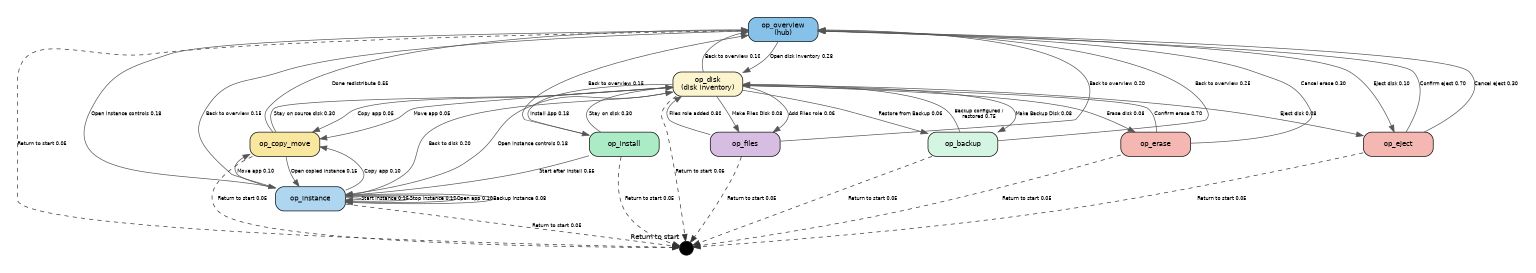
koenswings/agent-engine-dev keeps this Graphviz diagram as proposals/duration-tests-operator-disk.png. Above is the earlier version. Its source is kept beside it as proposals/duration-tests-operator-disk.dot.
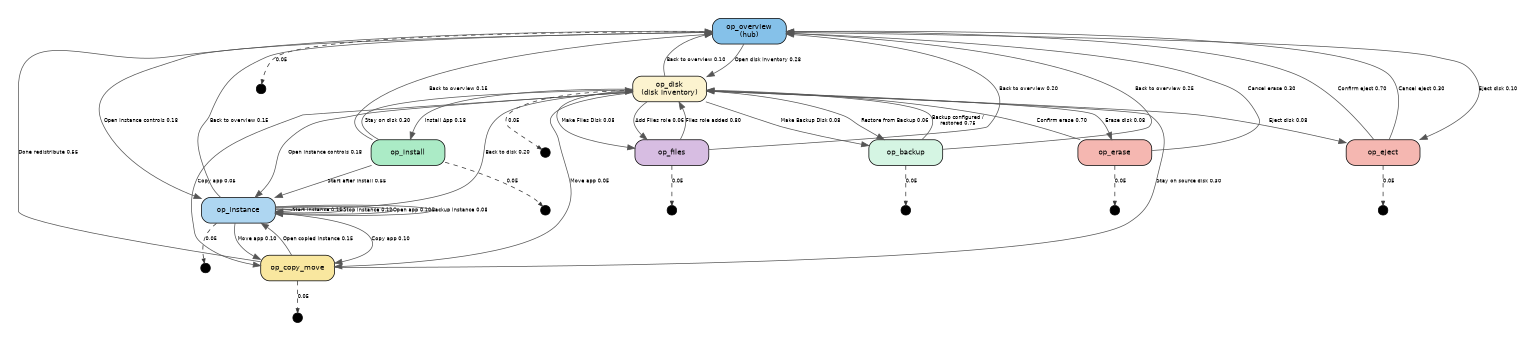
After the commit.

The edit, as a diff of the source:
```diff
@@ -9,10 +9,7 @@
   splines=true;
   node [shape=box, style="rounded,filled", fontname="Helvetica", fontsize=10, width=1.40, height=0.48, margin="0.08,0.06"];
   edge [fontname="Helvetica", fontsize=7, color="#555555"];
-
-  start_return [label="", shape=circle, width=0.28, height=0.28, fixedsize=true, fillcolor="black", style=filled, color="black", xlabel="Return to start"];
-
-  op_overview [label="op_overview\n(hub)", fillcolor="#85C1E9"];
+op_overview [label="op_overview\n(hub)", fillcolor="#85C1E9"];
   op_disk    [label="op_disk\n(disk inventory)", fillcolor="#FCF3CF"];
   op_install [label="op_install", fillcolor="#ABEBC6"];
   op_files   [label="op_files", fillcolor="#D7BDE2"];
@@ -67,13 +64,22 @@
   op_copy_move -> op_disk     [label="Stay on source disk 0.30"];
   op_copy_move -> op_instance [label="Open copied instance 0.15"];
 
-  op_overview -> start_return [label="Return to start 0.05", style=dashed, color="#333333"];
-  op_disk -> start_return [label="Return to start 0.05", style=dashed, color="#333333"];
-  op_eject -> start_return [label="Return to start 0.05", style=dashed, color="#333333"];
-  op_instance -> start_return [label="Return to start 0.05", style=dashed, color="#333333"];
-  op_install -> start_return [label="Return to start 0.05", style=dashed, color="#333333"];
-  op_copy_move -> start_return [label="Return to start 0.05", style=dashed, color="#333333"];
-  op_files -> start_return [label="Return to start 0.05", style=dashed, color="#333333"];
-  op_backup -> start_return [label="Return to start 0.05", style=dashed, color="#333333"];
-  op_erase -> start_return [label="Return to start 0.05", style=dashed, color="#333333"];
+  op_backup_ret [label="", shape=circle, width=0.18, height=0.18, fixedsize=true, fillcolor="black", style=filled, color="black"];
+  op_backup -> op_backup_ret [label="0.05", style=dashed, color="#333333", arrowsize=0.6, minlen=1];
+  op_copy_move_ret [label="", shape=circle, width=0.18, height=0.18, fixedsize=true, fillcolor="black", style=filled, color="black"];
+  op_copy_move -> op_copy_move_ret [label="0.05", style=dashed, color="#333333", arrowsize=0.6, minlen=1];
+  op_disk_ret [label="", shape=circle, width=0.18, height=0.18, fixedsize=true, fillcolor="black", style=filled, color="black"];
+  op_disk -> op_disk_ret [label="0.05", style=dashed, color="#333333", arrowsize=0.6, minlen=1];
+  op_eject_ret [label="", shape=circle, width=0.18, height=0.18, fixedsize=true, fillcolor="black", style=filled, color="black"];
+  op_eject -> op_eject_ret [label="0.05", style=dashed, color="#333333", arrowsize=0.6, minlen=1];
+  op_erase_ret [label="", shape=circle, width=0.18, height=0.18, fixedsize=true, fillcolor="black", style=filled, color="black"];
+  op_erase -> op_erase_ret [label="0.05", style=dashed, color="#333333", arrowsize=0.6, minlen=1];
+  op_files_ret [label="", shape=circle, width=0.18, height=0.18, fixedsize=true, fillcolor="black", style=filled, color="black"];
+  op_files -> op_files_ret [label="0.05", style=dashed, color="#333333", arrowsize=0.6, minlen=1];
+  op_install_ret [label="", shape=circle, width=0.18, height=0.18, fixedsize=true, fillcolor="black", style=filled, color="black"];
+  op_install -> op_install_ret [label="0.05", style=dashed, color="#333333", arrowsize=0.6, minlen=1];
+  op_instance_ret [label="", shape=circle, width=0.18, height=0.18, fixedsize=true, fillcolor="black", style=filled, color="black"];
+  op_instance -> op_instance_ret [label="0.05", style=dashed, color="#333333", arrowsize=0.6, minlen=1];
+  op_overview_ret [label="", shape=circle, width=0.18, height=0.18, fixedsize=true, fillcolor="black", style=filled, color="black"];
+  op_overview -> op_overview_ret [label="0.05", style=dashed, color="#333333", arrowsize=0.6, minlen=1];
 }
```
